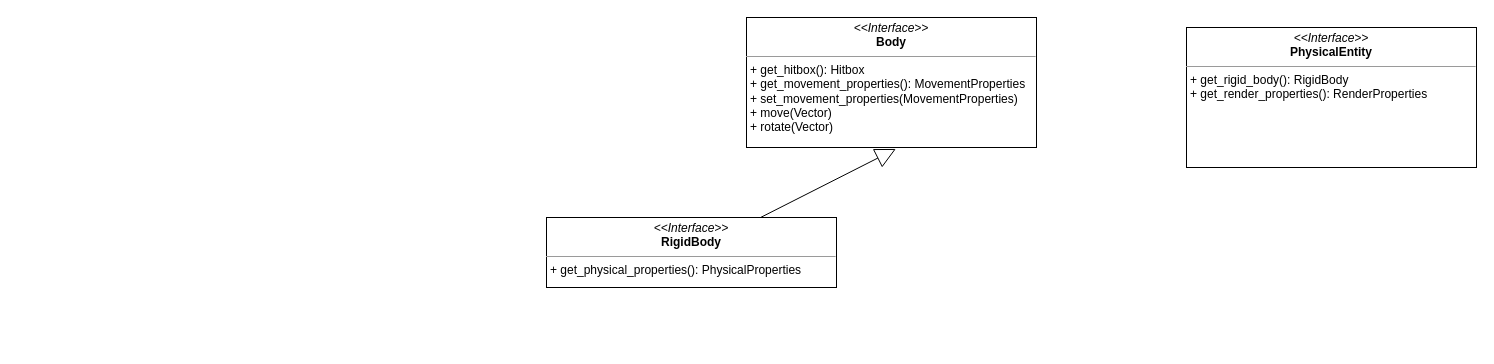
Above: page "entity" (3 of 6) of docs/ClassDiagrams.drawio in MiniCooper40/2DPhysicsEngine (draw.io), before the change. Source tidied: cells renumbered, new cells numbered last; positions are measured from the earlier drawing's top-left corner, leaving out a move shared by most shapes. Both pictures are drawn from the tidied source at 100%, with x=0, y=0 at pixel (546, 17).
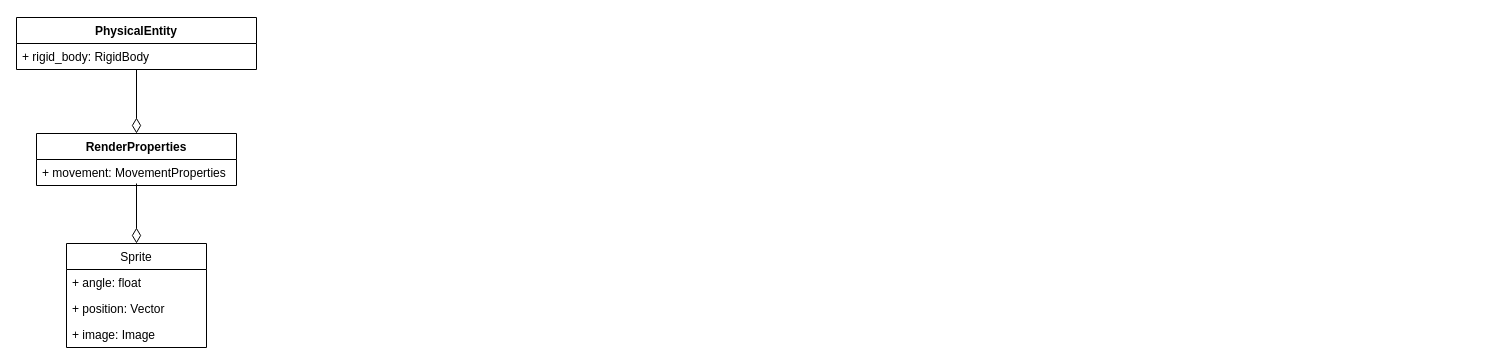
Above is the later version.

What changed in the source:
```diff
@@
 <mxGraphModel>
   <root>
     <mxCell id="0" />
     <mxCell id="1" parent="0" />
-    <mxCell id="2" value="&lt;p style=&quot;margin:0px;margin-top:4px;text-align:center;&quot;&gt;&lt;i&gt;&amp;lt;&amp;lt;Interface&amp;gt;&amp;gt;&lt;/i&gt;&lt;br&gt;&lt;b&gt;Body&lt;/b&gt;&lt;/p&gt;&lt;hr size=&quot;1&quot;&gt;&lt;p style=&quot;margin:0px;margin-left:4px;&quot;&gt;+ get_hitbox(): Hitbox&lt;br&gt;+ get_movement_properties(): MovementProperties&lt;/p&gt;&lt;p style=&quot;margin:0px;margin-left:4px;&quot;&gt;+ set_movement_properties(MovementProperties)&lt;/p&gt;&lt;p style=&quot;margin:0px;margin-left:4px;&quot;&gt;+ move(Vector)&lt;/p&gt;&lt;p style=&quot;margin:0px;margin-left:4px;&quot;&gt;+ rotate(Vector)&lt;/p&gt;" style="verticalAlign=top;align=left;overflow=fill;fontSize=12;fontFamily=Helvetica;html=1;" parent="1" vertex="1">
-      <mxGeometry x="200" width="290" height="130" as="geometry" />
-    </mxCell>
-    <mxCell id="3" style="edgeStyle=none;rounded=0;jettySize=auto;html=1;entryX=0.515;entryY=1.011;entryDx=0;entryDy=0;entryPerimeter=0;strokeWidth=1;endArrow=block;endFill=0;endSize=18;" parent="1" edge="1" source="4" target="2">
-      <mxGeometry relative="1" as="geometry" />
-    </mxCell>
-    <mxCell id="4" value="&lt;p style=&quot;margin:0px;margin-top:4px;text-align:center;&quot;&gt;&lt;i&gt;&amp;lt;&amp;lt;Interface&amp;gt;&amp;gt;&lt;/i&gt;&lt;br&gt;&lt;b&gt;RigidBody&lt;/b&gt;&lt;/p&gt;&lt;hr size=&quot;1&quot;&gt;&lt;p style=&quot;margin:0px;margin-left:4px;&quot;&gt;+ get_physical_properties(): PhysicalProperties&lt;/p&gt;" style="verticalAlign=top;align=left;overflow=fill;fontSize=12;fontFamily=Helvetica;html=1;" parent="1" vertex="1">
-      <mxGeometry y="200" width="290" height="70" as="geometry" />
-    </mxCell>
-    <mxCell id="5" value="&lt;p style=&quot;margin:0px;margin-top:4px;text-align:center;&quot;&gt;&lt;i&gt;&amp;lt;&amp;lt;Interface&amp;gt;&amp;gt;&lt;/i&gt;&lt;br&gt;&lt;b&gt;PhysicalEntity&lt;/b&gt;&lt;/p&gt;&lt;hr size=&quot;1&quot;&gt;&lt;p style=&quot;margin:0px;margin-left:4px;&quot;&gt;+ get_rigid_body(): RigidBody&lt;/p&gt;&lt;p style=&quot;margin:0px;margin-left:4px;&quot;&gt;+ get_render_properties(): RenderProperties&lt;/p&gt;" style="verticalAlign=top;align=left;overflow=fill;fontSize=12;fontFamily=Helvetica;html=1;" parent="1" vertex="1">
-      <mxGeometry x="640" y="10" width="290" height="140" as="geometry" />
-    </mxCell>
+    <mxCell id="6" style="rounded=0;jettySize=auto;html=1;exitX=0.5;exitY=0;exitDx=0;exitDy=0;entryX=0.5;entryY=0;entryDx=0;entryDy=0;endArrow=diamondThin;endFill=0;endSize=13;jumpSize=10;" parent="1" edge="1" target="7">
+      <mxGeometry relative="1" as="geometry">
+        <mxPoint x="-410" y="166" as="sourcePoint" />
+      </mxGeometry>
+    </mxCell>
+    <mxCell id="7" value="Sprite" style="swimlane;fontStyle=0;horizontal=1;startSize=26;fillColor=none;" parent="1" vertex="1">
+      <mxGeometry x="-480" y="226" width="140" height="104" as="geometry" />
+    </mxCell>
+    <mxCell id="8" value="+ angle: float" style="text;strokeColor=none;fillColor=none;align=left;verticalAlign=top;spacingLeft=4;spacingRight=4;overflow=hidden;" parent="7" vertex="1">
+      <mxGeometry y="26" width="140" height="26" as="geometry" />
+    </mxCell>
+    <mxCell id="9" value="+ position: Vector" style="text;strokeColor=none;fillColor=none;align=left;verticalAlign=top;spacingLeft=4;spacingRight=4;overflow=hidden;" parent="7" vertex="1">
+      <mxGeometry y="52" width="140" height="26" as="geometry" />
+    </mxCell>
+    <mxCell id="10" value="+ image: Image" style="text;strokeColor=none;fillColor=none;align=left;verticalAlign=top;spacingLeft=4;spacingRight=4;overflow=hidden;" parent="7" vertex="1">
+      <mxGeometry y="78" width="140" height="26" as="geometry" />
+    </mxCell>
+    <mxCell id="11" value="RenderProperties" style="swimlane;fontStyle=1;horizontal=1;startSize=26;fillColor=none;" parent="1" vertex="1">
+      <mxGeometry x="-510" y="116" width="200" height="52" as="geometry" />
+    </mxCell>
+    <mxCell id="12" value="+ movement: MovementProperties" style="text;strokeColor=none;fillColor=none;align=left;verticalAlign=top;spacingLeft=4;spacingRight=4;overflow=hidden;" parent="11" vertex="1">
+      <mxGeometry y="26" width="200" height="26" as="geometry" />
+    </mxCell>
+    <mxCell id="13" style="edgeStyle=none;rounded=0;jettySize=auto;html=1;entryX=0.5;entryY=0;entryDx=0;entryDy=0;endArrow=diamondThin;endFill=0;endSize=13;" parent="1" edge="1" source="14" target="11">
+      <mxGeometry relative="1" as="geometry" />
+    </mxCell>
+    <mxCell id="14" value="PhysicalEntity" style="swimlane;fontStyle=1;horizontal=1;startSize=26;fillColor=none;" parent="1" vertex="1">
+      <mxGeometry x="-530" width="240" height="52" as="geometry" />
+    </mxCell>
+    <mxCell id="15" value="+ rigid_body: RigidBody" style="text;strokeColor=none;fillColor=none;align=left;verticalAlign=top;spacingLeft=4;spacingRight=4;overflow=hidden;" parent="14" vertex="1">
+      <mxGeometry y="26" width="240" height="26" as="geometry" />
+    </mxCell>
   </root>
 </mxGraphModel>
```
